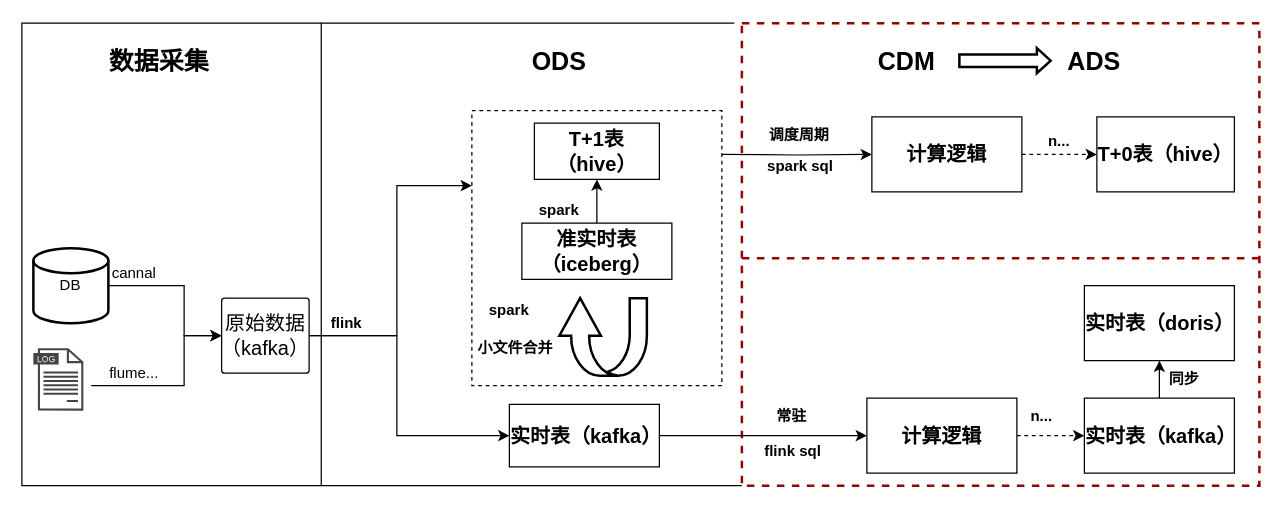
mineminemine123/work-wiki keeps this draw.io diagram as mt流批一体.drawio. Above is the earlier version. Source tidied: cells renumbered, new cells numbered last; positions are measured from the earlier drawing's top-left corner, leaving out a move shared by most shapes. Both pictures are drawn from the tidied source at 125%, with x=0, y=0 at pixel (21, 22).
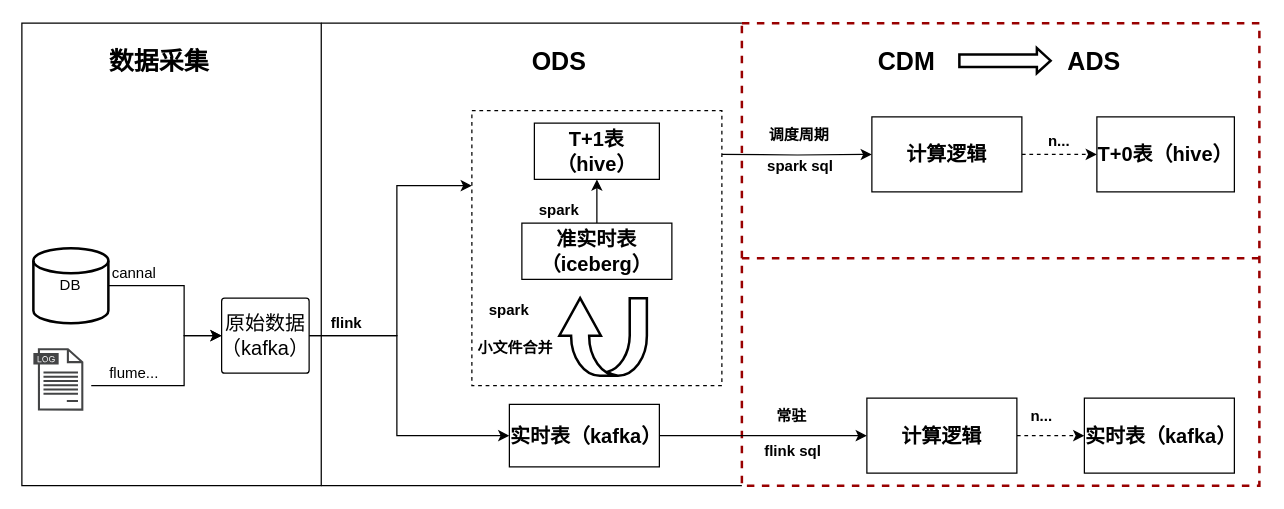
Above is the later version.

Commit message:
更新mt流批一体.drawio

The change refers to these unchanged cells:
```xml
<mxCell id="3" style="rounded=0;whiteSpace=wrap;html=1;fillColor=default;strokeColor=#990000;strokeWidth=2;dashed=1;fontFamily=微软雅黑;" parent="1" vertex="1">
  <mxGeometry x="576" width="414" height="370" as="geometry" />
</mxCell>
<mxCell id="23" value="&lt;span style=&quot;font-size: 16px;&quot;&gt;实时表（kafka）&lt;/span&gt;" style="rounded=0;whiteSpace=wrap;html=1;fontStyle=1;fontFamily=微软雅黑;" parent="1" vertex="1">
  <mxGeometry x="850" y="300" width="120" height="60" as="geometry" />
</mxCell>
```

What changed in the source:
```diff
@@
-    <mxCell id="22" style="edgeStyle=orthogonalEdgeStyle;rounded=0;jettySize=auto;html=1;exitX=0.5;exitY=0;exitDx=0;exitDy=0;entryX=0.5;entryY=1;entryDx=0;entryDy=0;fontFamily=微软雅黑;" parent="1" edge="1" source="23" target="31">
-      <mxGeometry relative="1" as="geometry" />
-    </mxCell>
@@
-    <mxCell id="31" value="&lt;span style=&quot;font-size: 16px;&quot;&gt;实时表（doris）&lt;/span&gt;" style="rounded=0;whiteSpace=wrap;html=1;fontStyle=1;fontFamily=微软雅黑;" parent="1" vertex="1">
-      <mxGeometry x="850" y="210" width="120" height="60" as="geometry" />
-    </mxCell>
@@
-    <mxCell id="35" style="endArrow=none;html=1;rounded=0;sketch=0;strokeColor=#000000;strokeWidth=1;fontFamily=微软雅黑;fontSize=14;exitX=1;exitY=1;exitDx=0;exitDy=0;" parent="1" edge="1">
+    <mxCell id="35" style="endArrow=none;html=1;rounded=0;sketch=0;strokeColor=#000000;strokeWidth=1;fontFamily=微软雅黑;fontSize=14;exitX=1;exitY=1;exitDx=0;exitDy=0;entryX=0;entryY=0;entryDx=0;entryDy=0;" parent="1" edge="1" target="3">
       <mxGeometry relative="1" as="geometry">
         <mxPoint x="239.5" as="sourcePoint" />
-        <mxPoint x="570" as="targetPoint" />
       </mxGeometry>
     </mxCell>
-    <mxCell id="36" value="&lt;b&gt;同步&lt;/b&gt;" style="text;html=1;strokeColor=none;fillColor=none;align=center;verticalAlign=middle;whiteSpace=wrap;rounded=0;fontFamily=微软雅黑;" parent="1" vertex="1">
-      <mxGeometry x="910" y="275" width="40" height="20" as="geometry" />
-    </mxCell>
```
